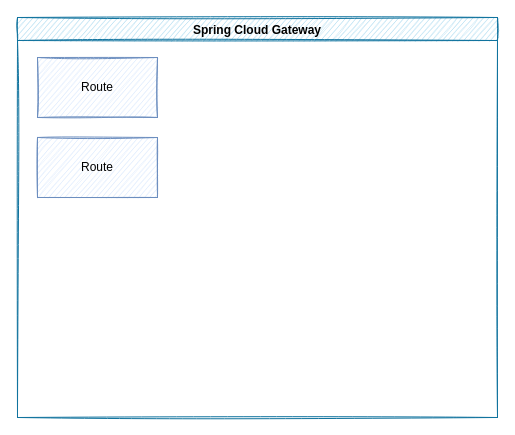
Earlier version of the draw.io diagram page "페이지-2" (2 of 2) of Spring Cloud Eureka & Gateway.drawio (realten/draw.io). Source tidied: cells renumbered, new cells numbered last; positions are measured from the earlier drawing's top-left corner, leaving out a move shared by most shapes. Both pictures are drawn from the tidied source at 100%, with x=0, y=0 at pixel (17, 17).
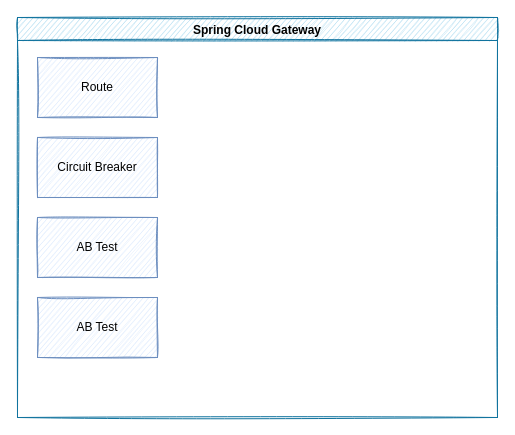
Above is the later version.

What changed in the source:
```diff
@@
 <mxGraphModel>
   <root>
     <mxCell id="0" />
     <mxCell id="1" parent="0" />
     <mxCell id="2" value="Spring Cloud Gateway" style="swimlane;sketch=1;fillColor=#b1ddf0;strokeColor=#10739e;" parent="1" vertex="1">
       <mxGeometry width="480" height="400" as="geometry" />
     </mxCell>
     <mxCell id="3" value="Route" style="rounded=0;whiteSpace=wrap;html=1;sketch=1;fillColor=#dae8fc;strokeColor=#6c8ebf;" parent="2" vertex="1">
       <mxGeometry x="20" y="40" width="120" height="60" as="geometry" />
     </mxCell>
-    <mxCell id="4" value="Route" style="rounded=0;whiteSpace=wrap;html=1;sketch=1;fillColor=#dae8fc;strokeColor=#6c8ebf;" parent="2" vertex="1">
+    <mxCell id="4" value="Circuit Breaker" style="rounded=0;whiteSpace=wrap;html=1;sketch=1;fillColor=#dae8fc;strokeColor=#6c8ebf;" parent="2" vertex="1">
       <mxGeometry x="20" y="120" width="120" height="60" as="geometry" />
     </mxCell>
+    <mxCell id="5" value="AB Test" style="rounded=0;whiteSpace=wrap;html=1;sketch=1;fillColor=#dae8fc;strokeColor=#6c8ebf;" parent="2" vertex="1">
+      <mxGeometry x="20" y="200" width="120" height="60" as="geometry" />
+    </mxCell>
+    <mxCell id="6" value="AB Test" style="rounded=0;whiteSpace=wrap;html=1;sketch=1;fillColor=#dae8fc;strokeColor=#6c8ebf;" parent="2" vertex="1">
+      <mxGeometry x="20" y="280" width="120" height="60" as="geometry" />
+    </mxCell>
   </root>
 </mxGraphModel>
```
